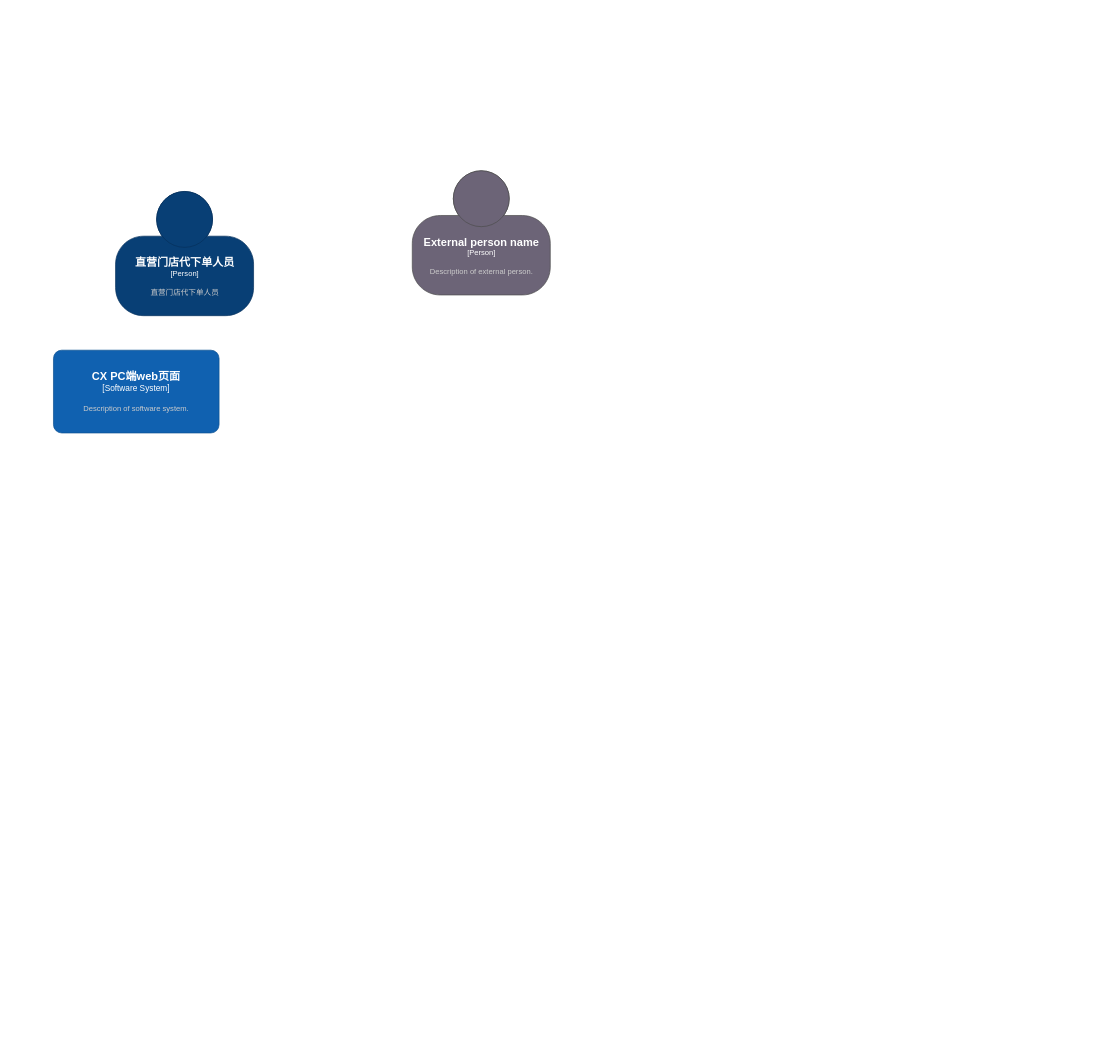
This is Untitled Diagram.drawio from ArnoZhang1/demo1, a draw.io file, before an edit. Source tidied: cells renumbered, new cells numbered last; positions are measured from the earlier drawing's top-left corner, leaving out a move shared by most shapes. Both pictures are drawn from the tidied source at 69%, with x=0, y=0 at pixel (53, 170).
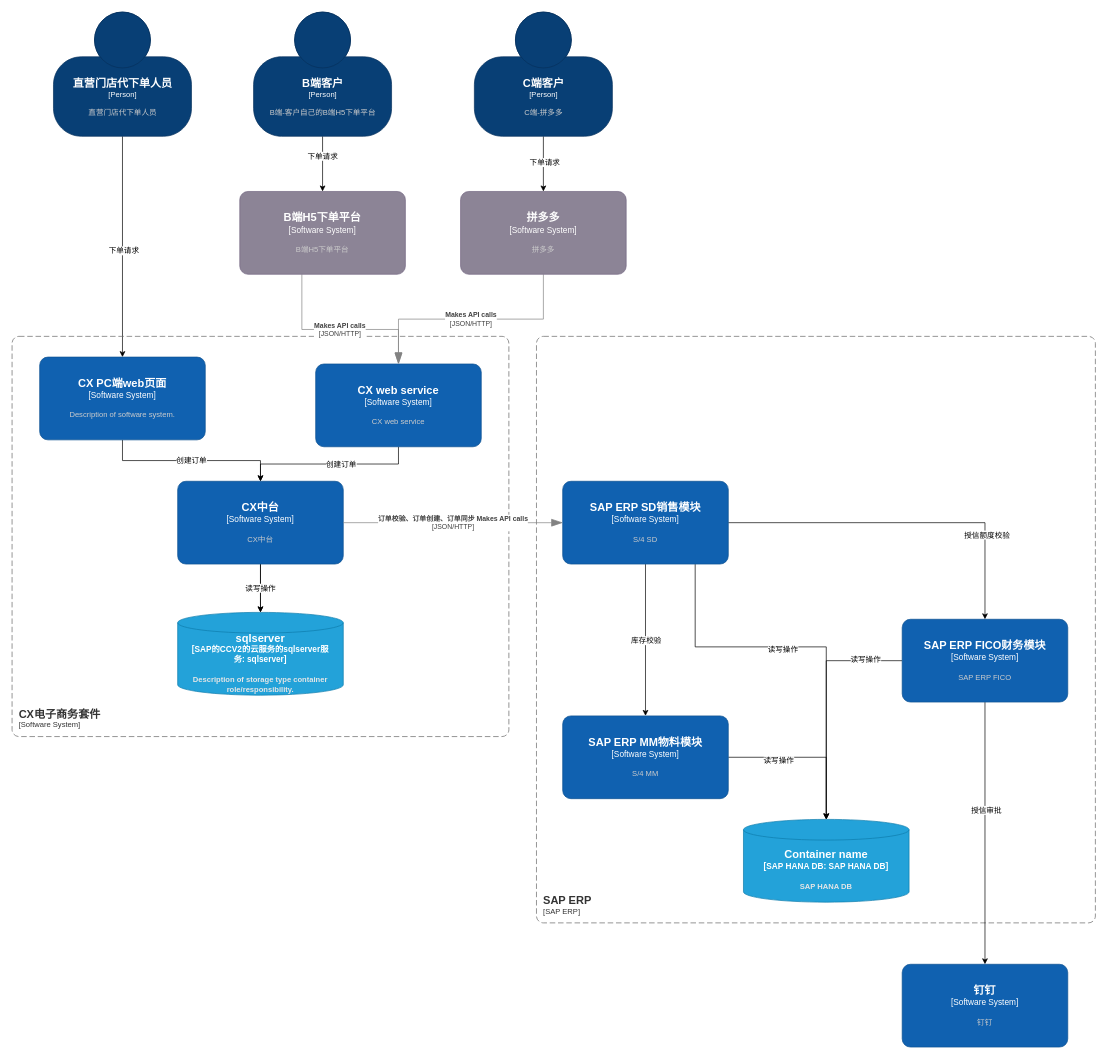
The same diagram, later.

The edit, as a diff of the source:
```diff
@@
+    <mxCell id="5" style="edgeStyle=orthogonalEdgeStyle;rounded=0;jettySize=auto;html=1;entryX=0.5;entryY=0;entryDx=0;entryDy=0;entryPerimeter=0;" parent="1" edge="1" source="2" target="4">
+      <mxGeometry relative="1" as="geometry" />
+    </mxCell>
+    <mxCell id="6" value="下单请求" style="edgeLabel;html=1;align=center;verticalAlign=middle;" parent="5" vertex="1">
+      <mxGeometry x="0.03" y="1" relative="1" as="geometry" />
+    </mxCell>
     <object id="2" label="&lt;font style=&quot;font-size: 16px&quot;&gt;&lt;b&gt;%c4Name%&lt;/b&gt;&lt;/font&gt;&lt;div&gt;[%c4Type%]&lt;/div&gt;&lt;br&gt;&lt;div&gt;&lt;font style=&quot;font-size: 11px&quot;&gt;&lt;font color=&quot;#cccccc&quot;&gt;%c4Description%&lt;/font&gt;&lt;/div&gt;" c4Description="直营门店代下单人员" c4Name="直营门店代下单人员" c4Type="Person" placeholders="1">
       <mxCell style="html=1;fontSize=11;dashed=0;whitespace=wrap;fillColor=#083F75;strokeColor=#06315C;fontColor=#ffffff;shape=mxgraph.c4.person2;align=center;points=[[0.5,0,0],[1,0.5,0],[1,0.75,0],[0.75,1,0],[0.5,1,0],[0.25,1,0],[0,0.75,0],[0,0.5,0]];" parent="1" vertex="1">
-        <mxGeometry x="90" y="30" width="200" height="180" as="geometry" />
+        <mxGeometry y="-230" width="200" height="180" as="geometry" />
       </mxCell>
     </object>
-    <object id="3" label="&lt;font style=&quot;font-size: 16px&quot;&gt;&lt;b&gt;%c4Name%&lt;/b&gt;&lt;/font&gt;&lt;div&gt;[%c4Type%]&lt;/div&gt;&lt;br&gt;&lt;div&gt;&lt;font style=&quot;font-size: 11px&quot;&gt;&lt;font color=&quot;#cccccc&quot;&gt;%c4Description%&lt;/font&gt;&lt;/div&gt;" c4Description="Description of external person." c4Name="External person name" c4Type="Person" placeholders="1">
-      <mxCell style="html=1;fontSize=11;dashed=0;whitespace=wrap;fillColor=#6C6477;strokeColor=#4D4D4D;fontColor=#ffffff;shape=mxgraph.c4.person2;align=center;" parent="1" vertex="1">
-        <mxGeometry x="520" width="200" height="180" as="geometry" />
-      </mxCell>
-    </object>
+    <mxCell id="7" style="edgeStyle=orthogonalEdgeStyle;rounded=0;jettySize=auto;html=1;" parent="1" edge="1" source="4" target="12">
+      <mxGeometry relative="1" as="geometry" />
+    </mxCell>
+    <mxCell id="8" value="创建订单" style="edgeLabel;html=1;align=center;verticalAlign=middle;" parent="7" vertex="1">
+      <mxGeometry x="-0.01" y="1" relative="1" as="geometry" />
+    </mxCell>
     <object id="4" label="&lt;font style=&quot;font-size: 16px&quot;&gt;&lt;b&gt;%c4Name%&lt;/b&gt;&lt;/font&gt;&lt;div&gt;[%c4Type%]&lt;/div&gt;&lt;br&gt;&lt;div&gt;&lt;font style=&quot;font-size: 11px&quot;&gt;&lt;font color=&quot;#cccccc&quot;&gt;%c4Description%&lt;/font&gt;&lt;/div&gt;" c4Description="Description of software system." c4Name="CX PC端web页面" c4Type="Software System" placeholders="1">
       <mxCell style="rounded=1;whiteSpace=wrap;html=1;labelBackgroundColor=none;fillColor=#1061B0;fontColor=#ffffff;align=center;arcSize=10;strokeColor=#0D5091;points=[[0.25,0,0],[0.5,0,0],[0.75,0,0],[1,0.25,0],[1,0.5,0],[1,0.75,0],[0.75,1,0],[0.5,1,0],[0.25,1,0],[0,0.75,0],[0,0.5,0],[0,0.25,0]];" parent="1" vertex="1">
-        <mxGeometry y="260" width="240" height="120" as="geometry" />
+        <mxGeometry x="-20" y="270" width="240" height="120" as="geometry" />
       </mxCell>
     </object>
+    <object id="9" label="&lt;font style=&quot;font-size: 16px&quot;&gt;&lt;b&gt;%c4Type%&lt;/font&gt;&lt;div&gt;[%c4Container%:&amp;nbsp;%c4Technology%]&lt;/div&gt;&lt;br&gt;&lt;div&gt;&lt;font style=&quot;font-size: 11px&quot;&gt;&lt;font color=&quot;#E6E6E6&quot;&gt;%c4Description%&lt;/font&gt;&lt;/div&gt;" c4Container="SAP的CCV2的云服务的sqlserver服务" c4Description="Description of storage type container role/responsibility." c4Technology="sqlserver" c4Type="sqlserver" placeholders="1">
+      <mxCell style="shape=cylinder3;size=15;whiteSpace=wrap;html=1;boundedLbl=1;rounded=0;labelBackgroundColor=none;fillColor=#23A2D9;fontSize=12;fontColor=#ffffff;align=center;strokeColor=#0E7DAD;points=[[0.5,0,0],[1,0.25,0],[1,0.5,0],[1,0.75,0],[0.5,1,0],[0,0.75,0],[0,0.5,0],[0,0.25,0]];" parent="1" vertex="1">
+        <mxGeometry x="180" y="640" width="240" height="120" as="geometry" />
+      </mxCell>
+    </object>
+    <mxCell id="10" style="edgeStyle=orthogonalEdgeStyle;rounded=0;jettySize=auto;html=1;" parent="1" edge="1" source="12" target="9">
+      <mxGeometry relative="1" as="geometry" />
+    </mxCell>
+    <mxCell id="11" value="读写操作" style="edgeStyle=orthogonalEdgeStyle;rounded=0;jettySize=auto;html=1;" parent="1" edge="1" source="12" target="9">
+      <mxGeometry relative="1" as="geometry" />
+    </mxCell>
+    <object id="12" label="&lt;font style=&quot;font-size: 16px&quot;&gt;&lt;b&gt;%c4Name%&lt;/b&gt;&lt;/font&gt;&lt;div&gt;[%c4Type%]&lt;/div&gt;&lt;br&gt;&lt;div&gt;&lt;font style=&quot;font-size: 11px&quot;&gt;&lt;font color=&quot;#cccccc&quot;&gt;%c4Description%&lt;/font&gt;&lt;/div&gt;" c4Description="CX中台" c4Name="CX中台" c4Type="Software System" placeholders="1">
+      <mxCell style="rounded=1;whiteSpace=wrap;html=1;labelBackgroundColor=none;fillColor=#1061B0;fontColor=#ffffff;align=center;arcSize=10;strokeColor=#0D5091;points=[[0.25,0,0],[0.5,0,0],[0.75,0,0],[1,0.25,0],[1,0.5,0],[1,0.75,0],[0.75,1,0],[0.5,1,0],[0.25,1,0],[0,0.75,0],[0,0.5,0],[0,0.25,0]];" parent="1" vertex="1">
+        <mxGeometry x="180" y="450" width="240" height="120" as="geometry" />
+      </mxCell>
+    </object>
+    <object id="13" label="&lt;font style=&quot;font-size: 16px&quot;&gt;&lt;b&gt;&lt;div style=&quot;text-align: left&quot;&gt;%c4Name%&lt;/div&gt;&lt;/b&gt;&lt;/font&gt;&lt;div style=&quot;text-align: left&quot;&gt;[%c4Application%]&lt;/div&gt;" c4Application="Software System" c4Name="CX电子商务套件" placeholders="1">
+      <mxCell style="rounded=1;fontSize=11;whiteSpace=wrap;html=1;dashed=1;arcSize=20;fillColor=none;strokeColor=#666666;fontColor=#333333;labelBackgroundColor=none;align=left;verticalAlign=bottom;labelBorderColor=none;spacingTop=0;spacing=10;dashPattern=8 4;perimeter=rectanglePerimeter;noLabel=0;labelPadding=0;absoluteArcSize=1;" parent="1" vertex="1">
+        <mxGeometry x="-60" y="240" width="720" height="580" as="geometry" />
+      </mxCell>
+    </object>
+    <mxCell id="14" style="edgeStyle=orthogonalEdgeStyle;rounded=0;jettySize=auto;html=1;entryX=0.5;entryY=0;entryDx=0;entryDy=0;entryPerimeter=0;" parent="1" edge="1" source="16" target="12">
+      <mxGeometry relative="1" as="geometry" />
+    </mxCell>
+    <mxCell id="15" value="创建订单" style="edgeLabel;html=1;align=center;verticalAlign=middle;" parent="14" vertex="1">
+      <mxGeometry x="-0.13" relative="1" as="geometry" />
+    </mxCell>
+    <object id="16" label="&lt;font style=&quot;font-size: 16px&quot;&gt;&lt;b&gt;%c4Name%&lt;/b&gt;&lt;/font&gt;&lt;div&gt;[%c4Type%]&lt;/div&gt;&lt;br&gt;&lt;div&gt;&lt;font style=&quot;font-size: 11px&quot;&gt;&lt;font color=&quot;#cccccc&quot;&gt;%c4Description%&lt;/font&gt;&lt;/div&gt;" c4Description="CX web service" c4Name="CX web service" c4Type="Software System" placeholders="1">
+      <mxCell style="rounded=1;whiteSpace=wrap;html=1;labelBackgroundColor=none;fillColor=#1061B0;fontColor=#ffffff;align=center;arcSize=10;strokeColor=#0D5091;points=[[0.25,0,0],[0.5,0,0],[0.75,0,0],[1,0.25,0],[1,0.5,0],[1,0.75,0],[0.75,1,0],[0.5,1,0],[0.25,1,0],[0,0.75,0],[0,0.5,0],[0,0.25,0]];" parent="1" vertex="1">
+        <mxGeometry x="380" y="280" width="240" height="120" as="geometry" />
+      </mxCell>
+    </object>
+    <object id="17" label="&lt;div style=&quot;text-align: left&quot;&gt;&lt;div style=&quot;text-align: center&quot;&gt;&lt;b&gt;%c4Description%&lt;/b&gt;&lt;/div&gt;&lt;div style=&quot;text-align: center&quot;&gt;[%c4Technology%]&lt;/div&gt;&lt;/div&gt;" c4Description="Makes API calls" c4Technology="JSON/HTTP" placeholders="1">
+      <mxCell style="endArrow=blockThin;html=1;fontSize=10;fontColor=#404040;strokeWidth=1;endFill=1;strokeColor=#828282;elbow=vertical;endSize=14;startSize=14;jumpStyle=arc;jumpSize=16;rounded=0;edgeStyle=orthogonalEdgeStyle;exitX=0.5;exitY=1;exitDx=0;exitDy=0;exitPerimeter=0;" parent="1" edge="1" source="26" target="16">
+        <mxGeometry relative="1" as="geometry" />
+      </mxCell>
+    </object>
+    <object id="18" label="&lt;div style=&quot;text-align: left&quot;&gt;&lt;div style=&quot;text-align: center&quot;&gt;&lt;b&gt;%c4Description%&lt;/b&gt;&lt;/div&gt;&lt;div style=&quot;text-align: center&quot;&gt;[%c4Technology%]&lt;/div&gt;&lt;/div&gt;" c4Description="Makes API calls" c4Technology="JSON/HTTP" placeholders="1">
+      <mxCell style="endArrow=blockThin;html=1;fontSize=10;fontColor=#404040;strokeWidth=1;endFill=1;strokeColor=#828282;elbow=vertical;endSize=14;startSize=14;jumpStyle=arc;jumpSize=16;rounded=0;edgeStyle=orthogonalEdgeStyle;" parent="1" edge="1" source="25">
+        <mxGeometry relative="1" as="geometry">
+          <mxPoint x="500" y="280" as="targetPoint" />
+          <Array as="points">
+            <mxPoint x="360" y="230" />
+            <mxPoint x="500" y="230" />
+          </Array>
+        </mxGeometry>
+      </mxCell>
+    </object>
+    <mxCell id="19" style="edgeStyle=orthogonalEdgeStyle;rounded=0;jettySize=auto;html=1;" parent="1" edge="1" source="21" target="25">
+      <mxGeometry relative="1" as="geometry" />
+    </mxCell>
+    <mxCell id="20" value="下单请求" style="edgeLabel;html=1;align=center;verticalAlign=middle;" parent="19" vertex="1">
+      <mxGeometry x="-0.3" y="-1" relative="1" as="geometry" />
+    </mxCell>
+    <object id="21" label="&lt;font style=&quot;font-size: 16px&quot;&gt;&lt;b&gt;%c4Name%&lt;/b&gt;&lt;/font&gt;&lt;div&gt;[%c4Type%]&lt;/div&gt;&lt;br&gt;&lt;div&gt;&lt;font style=&quot;font-size: 11px&quot;&gt;&lt;font color=&quot;#cccccc&quot;&gt;%c4Description%&lt;/font&gt;&lt;/div&gt;" c4Description="B端-客户自己的B端H5下单平台" c4Name="B端客户" c4Type="Person" placeholders="1">
+      <mxCell style="html=1;fontSize=11;dashed=0;whitespace=wrap;fillColor=#083F75;strokeColor=#06315C;fontColor=#ffffff;shape=mxgraph.c4.person2;align=center;points=[[0.5,0,0],[1,0.5,0],[1,0.75,0],[0.75,1,0],[0.5,1,0],[0.25,1,0],[0,0.75,0],[0,0.5,0]];" parent="1" vertex="1">
+        <mxGeometry x="290" y="-230" width="200" height="180" as="geometry" />
+      </mxCell>
+    </object>
+    <mxCell id="22" style="edgeStyle=orthogonalEdgeStyle;rounded=0;jettySize=auto;html=1;entryX=0.5;entryY=0;entryDx=0;entryDy=0;entryPerimeter=0;" parent="1" edge="1" source="24" target="26">
+      <mxGeometry relative="1" as="geometry" />
+    </mxCell>
+    <mxCell id="23" value="下单请求" style="edgeLabel;html=1;align=center;verticalAlign=middle;" parent="22" vertex="1">
+      <mxGeometry x="-0.07" y="1" relative="1" as="geometry" />
+    </mxCell>
+    <object id="24" label="&lt;font style=&quot;font-size: 16px&quot;&gt;&lt;b&gt;%c4Name%&lt;/b&gt;&lt;/font&gt;&lt;div&gt;[%c4Type%]&lt;/div&gt;&lt;br&gt;&lt;div&gt;&lt;font style=&quot;font-size: 11px&quot;&gt;&lt;font color=&quot;#cccccc&quot;&gt;%c4Description%&lt;/font&gt;&lt;/div&gt;" c4Description="C端-拼多多" c4Name="C端客户" c4Type="Person" placeholders="1">
+      <mxCell style="html=1;fontSize=11;dashed=0;whitespace=wrap;fillColor=#083F75;strokeColor=#06315C;fontColor=#ffffff;shape=mxgraph.c4.person2;align=center;points=[[0.5,0,0],[1,0.5,0],[1,0.75,0],[0.75,1,0],[0.5,1,0],[0.25,1,0],[0,0.75,0],[0,0.5,0]];" parent="1" vertex="1">
+        <mxGeometry x="610" y="-230" width="200" height="180" as="geometry" />
+      </mxCell>
+    </object>
+    <object id="25" label="&lt;font style=&quot;font-size: 16px&quot;&gt;&lt;b&gt;%c4Name%&lt;/b&gt;&lt;/font&gt;&lt;div&gt;[%c4Type%]&lt;/div&gt;&lt;br&gt;&lt;div&gt;&lt;font style=&quot;font-size: 11px&quot;&gt;&lt;font color=&quot;#cccccc&quot;&gt;%c4Description%&lt;/font&gt;&lt;/div&gt;" c4Description="B端H5下单平台" c4Name="B端H5下单平台" c4Type="Software System" placeholders="1">
+      <mxCell style="rounded=1;whiteSpace=wrap;html=1;labelBackgroundColor=none;fillColor=#8C8496;fontColor=#ffffff;align=center;arcSize=10;strokeColor=#736782;points=[[0.25,0,0],[0.5,0,0],[0.75,0,0],[1,0.25,0],[1,0.5,0],[1,0.75,0],[0.75,1,0],[0.5,1,0],[0.25,1,0],[0,0.75,0],[0,0.5,0],[0,0.25,0]];" parent="1" vertex="1">
+        <mxGeometry x="270" y="30" width="240" height="120" as="geometry" />
+      </mxCell>
+    </object>
+    <object id="26" label="&lt;font style=&quot;font-size: 16px&quot;&gt;&lt;b&gt;%c4Name%&lt;/b&gt;&lt;/font&gt;&lt;div&gt;[%c4Type%]&lt;/div&gt;&lt;br&gt;&lt;div&gt;&lt;font style=&quot;font-size: 11px&quot;&gt;&lt;font color=&quot;#cccccc&quot;&gt;%c4Description%&lt;/font&gt;&lt;/div&gt;" c4Description="拼多多" c4Name="拼多多" c4Type="Software System" placeholders="1">
+      <mxCell style="rounded=1;whiteSpace=wrap;html=1;labelBackgroundColor=none;fillColor=#8C8496;fontColor=#ffffff;align=center;arcSize=10;strokeColor=#736782;points=[[0.25,0,0],[0.5,0,0],[0.75,0,0],[1,0.25,0],[1,0.5,0],[1,0.75,0],[0.75,1,0],[0.5,1,0],[0.25,1,0],[0,0.75,0],[0,0.5,0],[0,0.25,0]];" parent="1" vertex="1">
+        <mxGeometry x="590" y="30" width="240" height="120" as="geometry" />
+      </mxCell>
+    </object>
+    <mxCell id="27" style="edgeStyle=orthogonalEdgeStyle;rounded=0;jettySize=auto;html=1;entryX=0.5;entryY=0;entryDx=0;entryDy=0;entryPerimeter=0;" parent="1" edge="1" source="33" target="37">
+      <mxGeometry relative="1" as="geometry" />
+    </mxCell>
+    <mxCell id="28" value="库存校验" style="edgeLabel;html=1;align=center;verticalAlign=middle;" parent="27" vertex="1">
+      <mxGeometry relative="1" as="geometry" />
+    </mxCell>
+    <mxCell id="29" style="edgeStyle=orthogonalEdgeStyle;rounded=0;jettySize=auto;html=1;" parent="1" edge="1" source="33" target="42">
+      <mxGeometry relative="1" as="geometry" />
+    </mxCell>
+    <mxCell id="30" value="授信额度校验" style="edgeLabel;html=1;align=center;verticalAlign=middle;" parent="29" vertex="1">
+      <mxGeometry x="0.52" y="2" relative="1" as="geometry" />
+    </mxCell>
+    <mxCell id="31" style="edgeStyle=orthogonalEdgeStyle;rounded=0;jettySize=auto;html=1;" parent="1" edge="1" source="33" target="45">
+      <mxGeometry relative="1" as="geometry">
+        <Array as="points">
+          <mxPoint x="930" y="690" />
+          <mxPoint x="1120" y="690" />
+        </Array>
+      </mxGeometry>
+    </mxCell>
+    <mxCell id="32" value="读写操作" style="edgeLabel;html=1;align=center;verticalAlign=middle;" parent="31" vertex="1">
+      <mxGeometry x="-0.12" y="-3" relative="1" as="geometry" />
+    </mxCell>
+    <object id="33" label="&lt;font style=&quot;font-size: 16px&quot;&gt;&lt;b&gt;%c4Name%&lt;/b&gt;&lt;/font&gt;&lt;div&gt;[%c4Type%]&lt;/div&gt;&lt;br&gt;&lt;div&gt;&lt;font style=&quot;font-size: 11px&quot;&gt;&lt;font color=&quot;#cccccc&quot;&gt;%c4Description%&lt;/font&gt;&lt;/div&gt;" c4Description="S/4 SD" c4Name="SAP ERP SD销售模块" c4Type="Software System" placeholders="1">
+      <mxCell style="rounded=1;whiteSpace=wrap;html=1;labelBackgroundColor=none;fillColor=#1061B0;fontColor=#ffffff;align=center;arcSize=10;strokeColor=#0D5091;points=[[0.25,0,0],[0.5,0,0],[0.75,0,0],[1,0.25,0],[1,0.5,0],[1,0.75,0],[0.75,1,0],[0.5,1,0],[0.25,1,0],[0,0.75,0],[0,0.5,0],[0,0.25,0]];" parent="1" vertex="1">
+        <mxGeometry x="738" y="450" width="240" height="120" as="geometry" />
+      </mxCell>
+    </object>
+    <object id="34" label="&lt;font style=&quot;font-size: 16px&quot;&gt;&lt;b&gt;&lt;div style=&quot;text-align: left&quot;&gt;%c4Name%&lt;/div&gt;&lt;/b&gt;&lt;/font&gt;&lt;div style=&quot;text-align: left&quot;&gt;[%c4Application%]&lt;/div&gt;" c4Application="SAP ERP" c4Name="SAP ERP" placeholders="1">
+      <mxCell style="rounded=1;fontSize=11;whiteSpace=wrap;html=1;dashed=1;arcSize=20;fillColor=none;strokeColor=#666666;fontColor=#333333;labelBackgroundColor=none;align=left;verticalAlign=bottom;labelBorderColor=none;spacingTop=0;spacing=10;dashPattern=8 4;perimeter=rectanglePerimeter;noLabel=0;labelPadding=0;absoluteArcSize=1;" parent="1" vertex="1">
+        <mxGeometry x="700" y="240" width="810" height="850" as="geometry" />
+      </mxCell>
+    </object>
+    <mxCell id="35" style="edgeStyle=orthogonalEdgeStyle;rounded=0;jettySize=auto;html=1;entryX=0.5;entryY=0;entryDx=0;entryDy=0;entryPerimeter=0;" parent="1" edge="1" source="37" target="45">
+      <mxGeometry relative="1" as="geometry" />
+    </mxCell>
+    <mxCell id="36" value="读写操作" style="edgeLabel;html=1;align=center;verticalAlign=middle;" parent="35" vertex="1">
+      <mxGeometry x="-0.38" y="-4" relative="1" as="geometry" />
+    </mxCell>
+    <object id="37" label="&lt;font style=&quot;font-size: 16px&quot;&gt;&lt;b&gt;%c4Name%&lt;/b&gt;&lt;/font&gt;&lt;div&gt;[%c4Type%]&lt;/div&gt;&lt;br&gt;&lt;div&gt;&lt;font style=&quot;font-size: 11px&quot;&gt;&lt;font color=&quot;#cccccc&quot;&gt;%c4Description%&lt;/font&gt;&lt;/div&gt;" c4Description="S/4 MM" c4Name="SAP ERP MM物料模块" c4Type="Software System" placeholders="1">
+      <mxCell style="rounded=1;whiteSpace=wrap;html=1;labelBackgroundColor=none;fillColor=#1061B0;fontColor=#ffffff;align=center;arcSize=10;strokeColor=#0D5091;points=[[0.25,0,0],[0.5,0,0],[0.75,0,0],[1,0.25,0],[1,0.5,0],[1,0.75,0],[0.75,1,0],[0.5,1,0],[0.25,1,0],[0,0.75,0],[0,0.5,0],[0,0.25,0]];" parent="1" vertex="1">
+        <mxGeometry x="738" y="790" width="240" height="120" as="geometry" />
+      </mxCell>
+    </object>
+    <mxCell id="38" style="edgeStyle=orthogonalEdgeStyle;rounded=0;jettySize=auto;html=1;entryX=0.5;entryY=0;entryDx=0;entryDy=0;entryPerimeter=0;" parent="1" edge="1" source="42" target="43">
+      <mxGeometry relative="1" as="geometry" />
+    </mxCell>
+    <mxCell id="39" value="授信审批" style="edgeLabel;html=1;align=center;verticalAlign=middle;" parent="38" vertex="1">
+      <mxGeometry x="-0.18" y="1" relative="1" as="geometry" />
+    </mxCell>
+    <mxCell id="40" style="edgeStyle=orthogonalEdgeStyle;rounded=0;jettySize=auto;html=1;entryX=0.5;entryY=0;entryDx=0;entryDy=0;entryPerimeter=0;" parent="1" edge="1" source="42" target="45">
+      <mxGeometry relative="1" as="geometry">
+        <Array as="points">
+          <mxPoint x="1120" y="710" />
+        </Array>
+      </mxGeometry>
+    </mxCell>
+    <mxCell id="41" value="读写操作" style="edgeLabel;html=1;align=center;verticalAlign=middle;" parent="40" vertex="1">
+      <mxGeometry x="-0.68" y="-2" relative="1" as="geometry" />
+    </mxCell>
+    <object id="42" label="&lt;font style=&quot;font-size: 16px&quot;&gt;&lt;b&gt;%c4Name%&lt;/b&gt;&lt;/font&gt;&lt;div&gt;[%c4Type%]&lt;/div&gt;&lt;br&gt;&lt;div&gt;&lt;font style=&quot;font-size: 11px&quot;&gt;&lt;font color=&quot;#cccccc&quot;&gt;%c4Description%&lt;/font&gt;&lt;/div&gt;" c4Description="SAP ERP FICO" c4Name="SAP ERP FICO财务模块" c4Type="Software System" placeholders="1">
+      <mxCell style="rounded=1;whiteSpace=wrap;html=1;labelBackgroundColor=none;fillColor=#1061B0;fontColor=#ffffff;align=center;arcSize=10;strokeColor=#0D5091;points=[[0.25,0,0],[0.5,0,0],[0.75,0,0],[1,0.25,0],[1,0.5,0],[1,0.75,0],[0.75,1,0],[0.5,1,0],[0.25,1,0],[0,0.75,0],[0,0.5,0],[0,0.25,0]];" parent="1" vertex="1">
+        <mxGeometry x="1230" y="650" width="240" height="120" as="geometry" />
+      </mxCell>
+    </object>
+    <object id="43" label="&lt;font style=&quot;font-size: 16px&quot;&gt;&lt;b&gt;%c4Name%&lt;/b&gt;&lt;/font&gt;&lt;div&gt;[%c4Type%]&lt;/div&gt;&lt;br&gt;&lt;div&gt;&lt;font style=&quot;font-size: 11px&quot;&gt;&lt;font color=&quot;#cccccc&quot;&gt;%c4Description%&lt;/font&gt;&lt;/div&gt;" c4Description="钉钉" c4Name="钉钉" c4Type="Software System" placeholders="1">
+      <mxCell style="rounded=1;whiteSpace=wrap;html=1;labelBackgroundColor=none;fillColor=#1061B0;fontColor=#ffffff;align=center;arcSize=10;strokeColor=#0D5091;points=[[0.25,0,0],[0.5,0,0],[0.75,0,0],[1,0.25,0],[1,0.5,0],[1,0.75,0],[0.75,1,0],[0.5,1,0],[0.25,1,0],[0,0.75,0],[0,0.5,0],[0,0.25,0]];" parent="1" vertex="1">
+        <mxGeometry x="1230" y="1150" width="240" height="120" as="geometry" />
+      </mxCell>
+    </object>
+    <object id="44" label="&lt;div style=&quot;text-align: left&quot;&gt;&lt;div style=&quot;text-align: center&quot;&gt;&lt;b&gt;%c4Description%&lt;/b&gt;&lt;/div&gt;&lt;div style=&quot;text-align: center&quot;&gt;[%c4Technology%]&lt;/div&gt;&lt;/div&gt;" c4Description="订单校验、订单创建、订单同步 Makes API calls" c4Technology="JSON/HTTP" placeholders="1">
+      <mxCell style="endArrow=blockThin;html=1;fontSize=10;fontColor=#404040;strokeWidth=1;endFill=1;strokeColor=#828282;elbow=vertical;endSize=14;startSize=14;jumpStyle=arc;jumpSize=16;rounded=0;edgeStyle=orthogonalEdgeStyle;entryX=0;entryY=0.5;entryDx=0;entryDy=0;entryPerimeter=0;" parent="1" edge="1" target="33">
+        <mxGeometry relative="1" as="geometry">
+          <mxPoint x="420" y="510" as="sourcePoint" />
+        </mxGeometry>
+      </mxCell>
+    </object>
+    <object id="45" label="&lt;font style=&quot;font-size: 16px&quot;&gt;&lt;b&gt;%c4Type%&lt;/font&gt;&lt;div&gt;[%c4Container%:&amp;nbsp;%c4Technology%]&lt;/div&gt;&lt;br&gt;&lt;div&gt;&lt;font style=&quot;font-size: 11px&quot;&gt;&lt;font color=&quot;#E6E6E6&quot;&gt;%c4Description%&lt;/font&gt;&lt;/div&gt;" c4Container="SAP HANA DB" c4Description="SAP HANA DB" c4Technology="SAP HANA DB" c4Type="Container name" placeholders="1">
+      <mxCell style="shape=cylinder3;size=15;whiteSpace=wrap;html=1;boundedLbl=1;rounded=0;labelBackgroundColor=none;fillColor=#23A2D9;fontSize=12;fontColor=#ffffff;align=center;strokeColor=#0E7DAD;points=[[0.5,0,0],[1,0.25,0],[1,0.5,0],[1,0.75,0],[0.5,1,0],[0,0.75,0],[0,0.5,0],[0,0.25,0]];" parent="1" vertex="1">
+        <mxGeometry x="1000" y="940" width="240" height="120" as="geometry" />
+      </mxCell>
+    </object>
```
